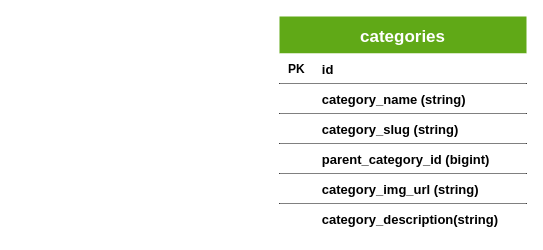
This is all-db-design/dblog.drawio from efthakhar/d-blog, a draw.io file, before an edit. Source tidied: cells renumbered, new cells numbered last; positions are measured from the earlier drawing's top-left corner, leaving out a move shared by most shapes. Both pictures are drawn from the tidied source at 100%, with x=0, y=0 at pixel (279, 16).
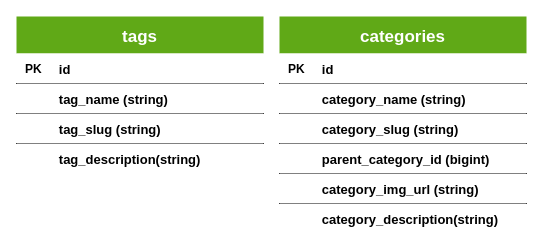
Above is the later version.

The edit, as a diff of the source:
```diff
@@
+    <mxCell id="21" value="tags" style="shape=table;startSize=37;childLayout=tableLayout;rowLines=0;fontStyle=1;align=center;fillColor=#60a917;fontColor=#ffffff;strokeColor=none;rounded=0;swimlaneFillColor=none;fontSize=17;" parent="1" vertex="1">
+      <mxGeometry x="-263" width="247" height="161" as="geometry" />
+    </mxCell>
+    <mxCell id="22" style="shape=partialRectangle;top=0;left=0;bottom=1;right=0;" parent="21" vertex="1">
+      <mxGeometry y="37" width="247" height="30" as="geometry" />
+    </mxCell>
+    <mxCell id="23" value="PK" style="shape=partialRectangle;fillColor=none;top=0;left=0;bottom=0;right=0;fontStyle=1;overflow=hidden;" parent="22" vertex="1">
+      <mxGeometry width="34.8" height="30" as="geometry" />
+    </mxCell>
+    <mxCell id="24" value="id" style="shape=partialRectangle;fillColor=none;top=0;left=0;bottom=0;right=0;align=left;spacingLeft=6;fontStyle=1;overflow=hidden;fontSize=13;" parent="22" vertex="1">
+      <mxGeometry x="34.8" width="212.2" height="30" as="geometry" />
+    </mxCell>
+    <mxCell id="25" style="shape=partialRectangle;top=0;left=0;bottom=1;right=0;" parent="21" vertex="1">
+      <mxGeometry y="67" width="247" height="30" as="geometry" />
+    </mxCell>
+    <mxCell id="26" style="shape=partialRectangle;fillColor=none;top=0;left=0;bottom=0;right=0;fontStyle=1;overflow=hidden;" parent="25" vertex="1">
+      <mxGeometry width="34.8" height="30" as="geometry" />
+    </mxCell>
+    <mxCell id="27" value="tag_name (string)" style="shape=partialRectangle;fillColor=none;top=0;left=0;bottom=0;right=0;align=left;spacingLeft=6;fontStyle=1;overflow=hidden;fontSize=13;strokeColor=none;" parent="25" vertex="1">
+      <mxGeometry x="34.8" width="212.2" height="30" as="geometry" />
+    </mxCell>
+    <mxCell id="28" style="shape=partialRectangle;top=0;left=0;bottom=1;right=0;" parent="21" vertex="1">
+      <mxGeometry y="97" width="247" height="30" as="geometry" />
+    </mxCell>
+    <mxCell id="29" style="shape=partialRectangle;fillColor=none;top=0;left=0;bottom=0;right=0;fontStyle=1;overflow=hidden;" parent="28" vertex="1">
+      <mxGeometry width="34.8" height="30" as="geometry" />
+    </mxCell>
+    <mxCell id="30" value="tag_slug (string)" style="shape=partialRectangle;fillColor=none;top=0;left=0;bottom=0;right=0;align=left;spacingLeft=6;fontStyle=1;overflow=hidden;fontSize=13;strokeColor=none;" parent="28" vertex="1">
+      <mxGeometry x="34.8" width="212.2" height="30" as="geometry" />
+    </mxCell>
+    <mxCell id="31" style="shape=partialRectangle;top=0;left=0;bottom=1;right=0;strokeColor=none;" parent="21" vertex="1">
+      <mxGeometry y="127" width="247" height="30" as="geometry" />
+    </mxCell>
+    <mxCell id="32" style="shape=partialRectangle;fillColor=none;top=0;left=0;bottom=0;right=0;fontStyle=1;overflow=hidden;" parent="31" vertex="1">
+      <mxGeometry width="34.8" height="30" as="geometry" />
+    </mxCell>
+    <mxCell id="33" value="tag_description(string)" style="shape=partialRectangle;fillColor=none;top=0;left=0;bottom=0;right=0;align=left;spacingLeft=6;fontStyle=1;overflow=hidden;fontSize=13;strokeColor=none;" parent="31" vertex="1">
+      <mxGeometry x="34.8" width="212.2" height="30" as="geometry" />
+    </mxCell>
```
